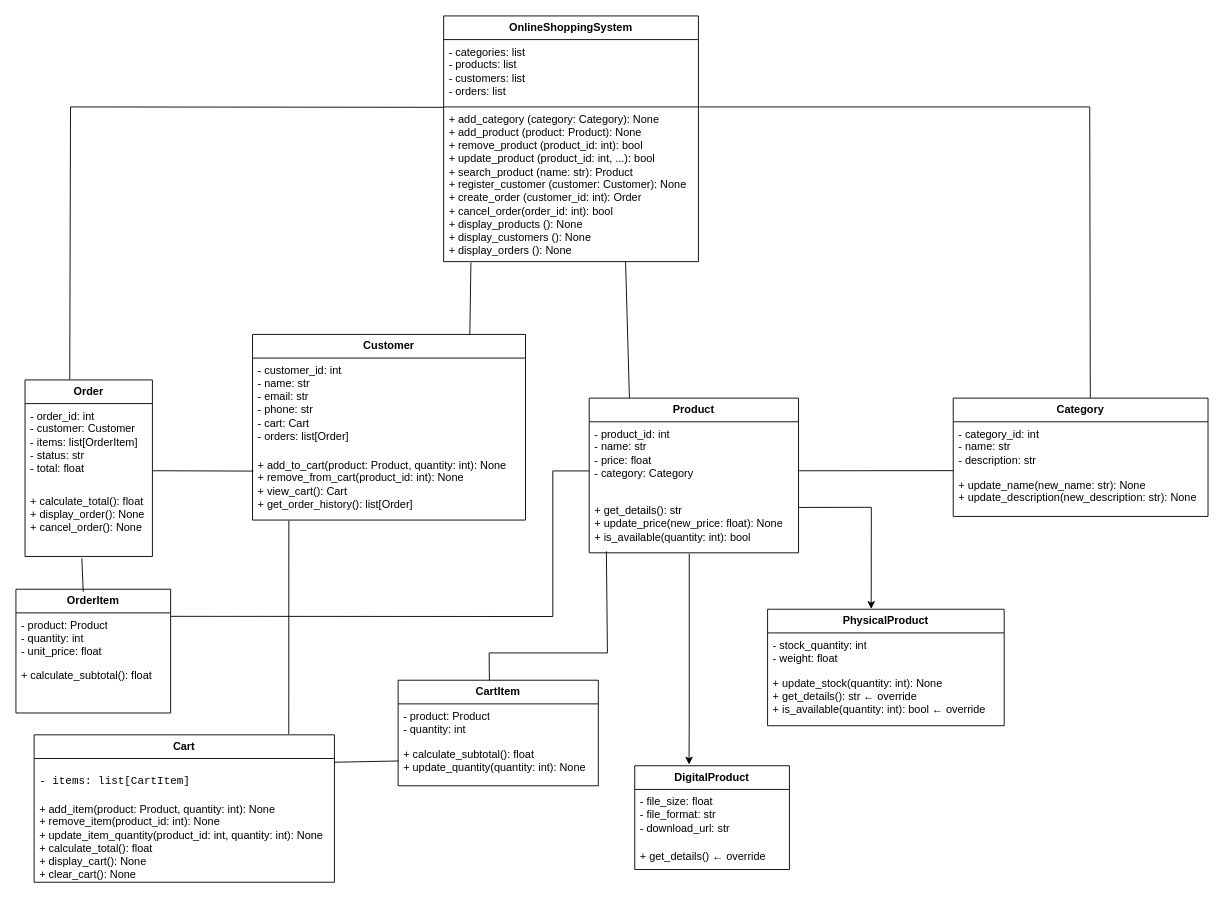
Earlier version of the draw.io diagram system.drawio (Sara-e1sayed/online_shopping_management_system_oop). Source tidied: cells renumbered, new cells numbered last; positions are measured from the earlier drawing's top-left corner, leaving out a move shared by most shapes. Both pictures are drawn from the tidied source at 91%, with x=0, y=0 at pixel (15, 15).
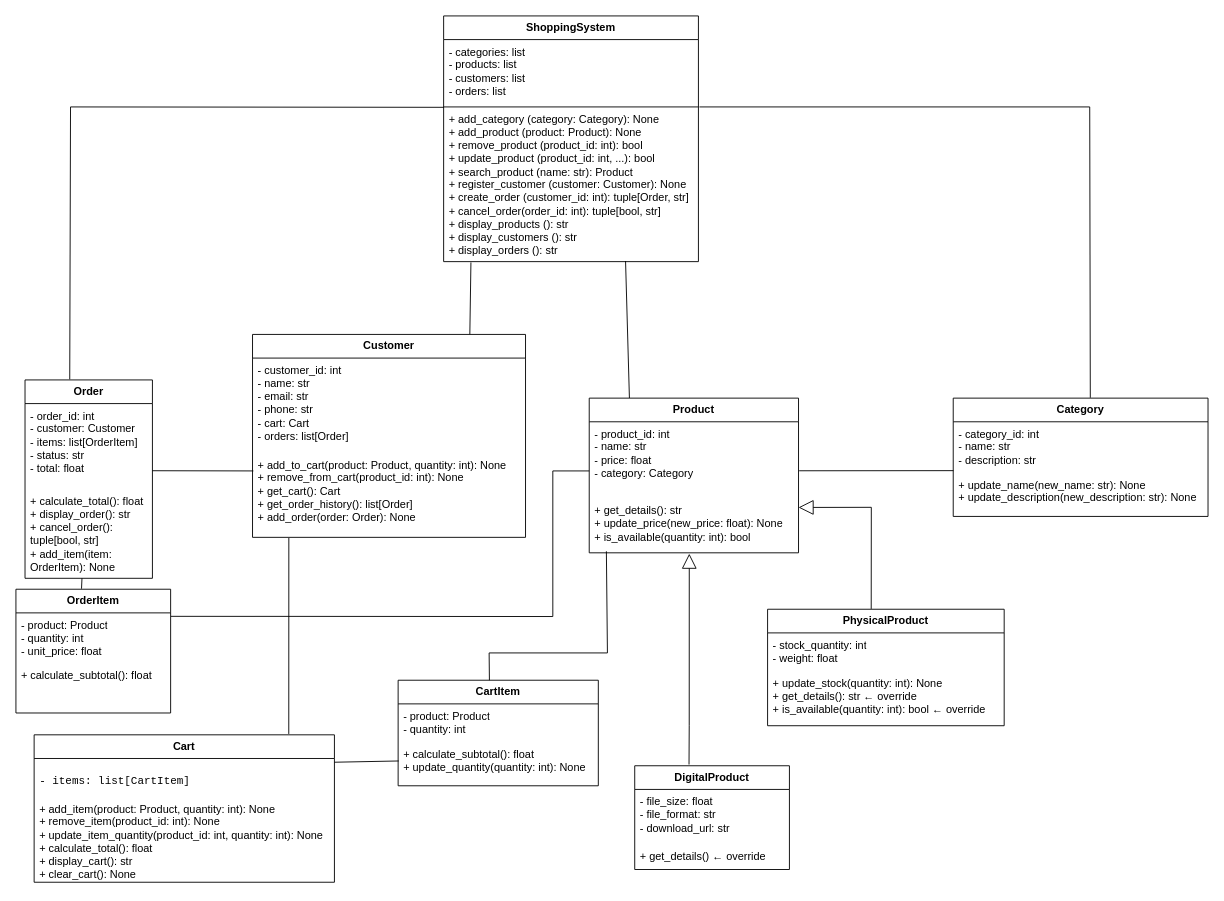
The same page after the edit.

Unchanged cells that the change refers to:
```xml
<mxCell id="7" value="- order_id: int&lt;br/&gt;- customer: Customer&lt;br/&gt;- items: list[OrderItem]&lt;br/&gt;- status: str&lt;br/&gt;- total: float" style="text;strokeColor=none;fillColor=none;align=left;verticalAlign=top;spacingLeft=4;spacingRight=4;overflow=hidden;points=[[0,0.5],[1,0.5]];portConstraint=eastwest;whiteSpace=wrap;html=1;" parent="6" vertex="1">
  <mxGeometry y="26" width="140" height="94" as="geometry" />
</mxCell>
<mxCell id="14" value="+ get_details(): str&lt;br&gt;+ update_price(new_price: float): None&lt;div&gt;+&amp;nbsp;is_available(quantity: int): bool&lt;/div&gt;" style="text;strokeColor=none;fillColor=none;align=left;verticalAlign=top;spacingLeft=4;spacingRight=4;overflow=hidden;points=[[0,0.5],[1,0.5]];portConstraint=eastwest;whiteSpace=wrap;html=1;" parent="12" vertex="1">
  <mxGeometry y="110" width="230" height="60" as="geometry" />
</mxCell>
<mxCell id="15" value="OrderItem" style="swimlane;fontStyle=1;horizontal=1;startSize=26;fillColor=none;whiteSpace=wrap;html=1;" parent="1" vertex="1">
  <mxGeometry y="630" width="170" height="136" as="geometry" />
</mxCell>
<mxCell id="21" value="Cart" style="swimlane;fontStyle=1;horizontal=1;startSize=26;fillColor=none;whiteSpace=wrap;html=1;" parent="1" vertex="1">
  <mxGeometry x="20" y="790" width="330" height="162" as="geometry" />
</mxCell>
<mxCell id="24" value="PhysicalProduct" style="swimlane;fontStyle=1;horizontal=1;startSize=26;fillColor=none;whiteSpace=wrap;html=1;" parent="1" vertex="1">
  <mxGeometry x="826" y="652" width="260" height="128" as="geometry" />
</mxCell>
<mxCell id="27" value="DigitalProduct" style="swimlane;fontStyle=1;horizontal=1;startSize=26;fillColor=none;whiteSpace=wrap;html=1;" parent="1" vertex="1">
  <mxGeometry x="680" y="824" width="170" height="114" as="geometry" />
</mxCell>
```

The edit, as a diff of the source:
```diff
@@
-    <mxCell id="2" value="OnlineShoppingSystem" style="swimlane;fontStyle=1;horizontal=1;startSize=26;fillColor=none;whiteSpace=wrap;html=1;" parent="1" vertex="1">
+    <mxCell id="2" value="ShoppingSystem" style="swimlane;fontStyle=1;horizontal=1;startSize=26;fillColor=none;whiteSpace=wrap;html=1;" parent="1" vertex="1">
       <mxGeometry x="470" width="280" height="270" as="geometry" />
     </mxCell>
@@
-    <mxCell id="4" value="+ add_category (category: Category): None&lt;br&gt;+ add_product (product: Product): None&lt;div&gt;+ remove_product (product_id: int): bool&lt;br&gt;+ update_product (product_id: int, ...): bool&lt;br&gt;+ search_product (name: str): Product&lt;br&gt;+ register_customer (customer: Customer): None&lt;br&gt;+ create_order (customer_id: int): Order&lt;/div&gt;&lt;div&gt;+&amp;nbsp;cancel_order(order_id: int): bool&lt;br&gt;+ display_products (): None&lt;br&gt;+ display_customers (): None&lt;br&gt;+ display_orders (): None&lt;/div&gt;" style="text;strokeColor=none;fillColor=none;align=left;verticalAlign=top;spacingLeft=4;spacingRight=4;overflow=hidden;points=[[0,0.5],[1,0.5]];portConstraint=eastwest;whiteSpace=wrap;html=1;" parent="2" vertex="1">
+    <mxCell id="4" value="+ add_category (category: Category): None&lt;br&gt;+ add_product (product: Product): None&lt;div&gt;+ remove_product (product_id: int): bool&lt;br&gt;+ update_product (product_id: int, ...): bool&lt;br&gt;+ search_product (name: str): Product&lt;br&gt;+ register_customer (customer: Customer): None&lt;br&gt;+ create_order (customer_id: int): tuple[Order, str]&lt;/div&gt;&lt;div&gt;+&amp;nbsp;cancel_order(order_id: int): tuple[bool, str]&lt;br&gt;+ display_products (): str&lt;br&gt;+ display_customers (): str&lt;br&gt;+ display_orders (): str&lt;/div&gt;" style="text;strokeColor=none;fillColor=none;align=left;verticalAlign=top;spacingLeft=4;spacingRight=4;overflow=hidden;points=[[0,0.5],[1,0.5]];portConstraint=eastwest;whiteSpace=wrap;html=1;" parent="2" vertex="1">
       <mxGeometry y="100" width="280" height="170" as="geometry" />
     </mxCell>
@@
     <mxCell id="6" value="Order" style="swimlane;fontStyle=1;horizontal=1;startSize=26;fillColor=none;whiteSpace=wrap;html=1;" parent="1" vertex="1">
-      <mxGeometry x="10" y="400" width="140" height="194" as="geometry" />
+      <mxGeometry x="10" y="400" width="140" height="218" as="geometry" />
     </mxCell>
@@
-    <mxCell id="8" value="+ calculate_total(): float&lt;br/&gt;+ display_order(): None&lt;br/&gt;+ cancel_order(): None" style="text;strokeColor=none;fillColor=none;align=left;verticalAlign=top;spacingLeft=4;spacingRight=4;overflow=hidden;points=[[0,0.5],[1,0.5]];portConstraint=eastwest;whiteSpace=wrap;html=1;" parent="6" vertex="1">
-      <mxGeometry y="120" width="140" height="74" as="geometry" />
+    <mxCell id="8" value="+ calculate_total(): float&lt;br/&gt;+ display_order(): str&lt;br/&gt;+ cancel_order(): tuple[bool, str]&lt;br/&gt;+ add_item(item: OrderItem): None" style="text;strokeColor=none;fillColor=none;align=left;verticalAlign=top;spacingLeft=4;spacingRight=4;overflow=hidden;points=[[0,0.5],[1,0.5]];portConstraint=eastwest;whiteSpace=wrap;html=1;" parent="6" vertex="1">
+      <mxGeometry y="120" width="140" height="98" as="geometry" />
     </mxCell>
@@
-    <mxCell id="23" value="+ add_item(product: Product, quantity: int): None&lt;br/&gt;+ remove_item(product_id: int): None&lt;br/&gt;+ update_item_quantity(product_id: int, quantity: int): None&lt;br/&gt;+ calculate_total(): float&lt;br/&gt;+ display_cart(): None&lt;br/&gt;+ clear_cart(): None" style="text;strokeColor=none;fillColor=none;align=left;verticalAlign=top;spacingLeft=4;spacingRight=4;overflow=hidden;whiteSpace=wrap;html=1;" parent="21" vertex="1">
+    <mxCell id="23" value="+ add_item(product: Product, quantity: int): None&lt;br/&gt;+ remove_item(product_id: int): None&lt;br/&gt;+ update_item_quantity(product_id: int, quantity: int): None&lt;br/&gt;+ calculate_total(): float&lt;br/&gt;+ display_cart(): str&lt;br/&gt;+ clear_cart(): None" style="text;strokeColor=none;fillColor=none;align=left;verticalAlign=top;spacingLeft=4;spacingRight=4;overflow=hidden;whiteSpace=wrap;html=1;" parent="21" vertex="1">
       <mxGeometry y="68" width="330" height="94" as="geometry" />
     </mxCell>
@@
     <mxCell id="30" value="Customer" style="swimlane;fontStyle=1;horizontal=1;startSize=26;fillColor=none;whiteSpace=wrap;html=1;" parent="1" vertex="1">
-      <mxGeometry x="260" y="350" width="300" height="204" as="geometry" />
+      <mxGeometry x="260" y="350" width="300" height="223" as="geometry" />
     </mxCell>
@@
-    <mxCell id="32" value="+ add_to_cart(product: Product, quantity: int): None&lt;br&gt;+ remove_from_cart(product_id: int): None&lt;br&gt;+ view_cart(): Cart&lt;br&gt;+ get_order_history(): list[Order]" style="text;strokeColor=none;fillColor=none;align=left;verticalAlign=top;spacingLeft=4;spacingRight=4;overflow=hidden;points=[[0,0.5],[1,0.5]];portConstraint=eastwest;whiteSpace=wrap;html=1;" parent="30" vertex="1">
-      <mxGeometry y="130" width="300" height="74" as="geometry" />
+    <mxCell id="32" value="+ add_to_cart(product: Product, quantity: int): None&lt;br&gt;+ remove_from_cart(product_id: int): None&lt;br&gt;+ get_cart(): Cart&lt;br&gt;+ get_order_history(): list[Order]&lt;br&gt;+ add_order(order: Order): None" style="text;strokeColor=none;fillColor=none;align=left;verticalAlign=top;spacingLeft=4;spacingRight=4;overflow=hidden;points=[[0,0.5],[1,0.5]];portConstraint=eastwest;whiteSpace=wrap;html=1;" parent="30" vertex="1">
+      <mxGeometry y="130" width="300" height="93" as="geometry" />
     </mxCell>
-    <mxCell id="33" style="edgeStyle=orthogonalEdgeStyle;rounded=0;jettySize=auto;html=1;exitX=0.478;exitY=1.015;exitDx=0;exitDy=0;exitPerimeter=0;entryX=0.351;entryY=-0.012;entryDx=0;entryDy=0;entryPerimeter=0;" parent="1" edge="1" source="14" target="27">
+    <mxCell id="33" style="edgeStyle=orthogonalEdgeStyle;rounded=0;jettySize=auto;html=1;endArrow=none;startArrow=block;startFill=0;startSize=14;exitX=0.478;exitY=1.015;exitDx=0;exitDy=0;exitPerimeter=0;entryX=0.351;entryY=-0.012;entryDx=0;entryDy=0;entryPerimeter=0;" parent="1" edge="1" source="14" target="27">
       <mxGeometry relative="1" as="geometry">
         <Array as="points">
           <mxPoint x="739.9" y="780" />
         </Array>
       </mxGeometry>
     </mxCell>
@@
-    <mxCell id="39" style="endArrow=none;html=1;rounded=0;entryX=0.003;entryY=0.273;entryDx=0;entryDy=0;entryPerimeter=0;exitX=0.999;exitY=0.785;exitDx=0;exitDy=0;exitPerimeter=0;" parent="1" edge="1" source="7" target="32">
-      <mxGeometry relative="1" as="geometry" />
+    <mxCell id="39" style="endArrow=none;html=1;rounded=0;exitX=0.999;exitY=0.785;exitDx=0;exitDy=0;exitPerimeter=0;" parent="1" edge="1" source="7">
+      <mxGeometry relative="1" as="geometry">
+        <mxPoint x="260.9" y="500" as="targetPoint" />
+      </mxGeometry>
     </mxCell>
@@
-    <mxCell id="44" style="endArrow=none;html=1;rounded=0;entryX=0.446;entryY=1.028;entryDx=0;entryDy=0;entryPerimeter=0;exitX=0.435;exitY=0.021;exitDx=0;exitDy=0;exitPerimeter=0;" parent="1" edge="1" source="15" target="8">
+    <mxCell id="44" style="endArrow=none;html=1;rounded=0;entryX=0.447;entryY=0.999;entryDx=0;entryDy=0;entryPerimeter=0;exitX=0.424;exitY=-0.004;exitDx=0;exitDy=0;exitPerimeter=0;" parent="1" edge="1" source="15" target="8">
       <mxGeometry relative="1" as="geometry" />
     </mxCell>
-    <mxCell id="45" style="endArrow=classic;html=1;rounded=0;exitX=1;exitY=0.169;exitDx=0;exitDy=0;exitPerimeter=0;entryX=0.438;entryY=-0.003;entryDx=0;entryDy=0;entryPerimeter=0;" parent="1" edge="1" source="14" target="24">
+    <mxCell id="45" style="endArrow=none;startArrow=block;startFill=0;startSize=14;html=1;rounded=0;exitX=1;exitY=0.169;exitDx=0;exitDy=0;exitPerimeter=0;entryX=0.438;entryY=-0.003;entryDx=0;entryDy=0;entryPerimeter=0;" parent="1" edge="1" source="14" target="24">
       <mxGeometry relative="1" as="geometry">
         <Array as="points">
           <mxPoint x="940" y="540" />
         </Array>
       </mxGeometry>
     </mxCell>
```
